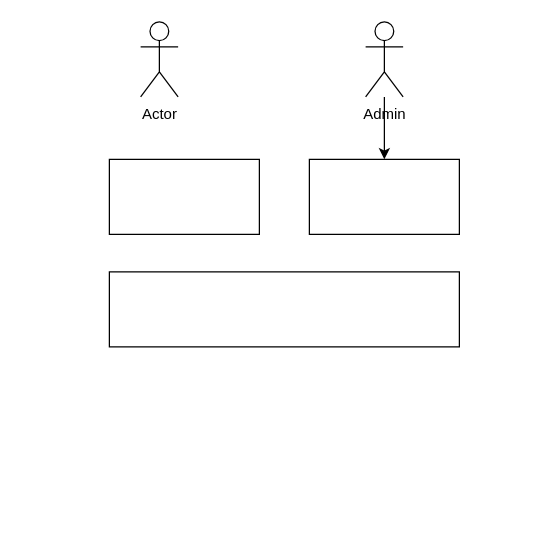
The draw.io diagram mini-erp.drawio in huangshijie/Drawio, before the edit. Source tidied: cells renumbered, new cells numbered last; positions are measured from the earlier drawing's top-left corner, leaving out a move shared by most shapes. Both pictures are drawn from the tidied source at 125%, with x=0, y=0 at pixel (109, 21).
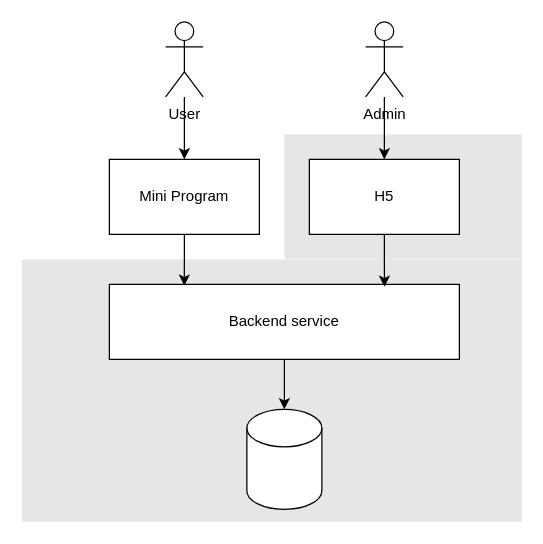
After the change.

The edit, as a diff of the source:
```diff
@@
 <mxGraphModel>
   <root>
     <mxCell id="0" />
     <mxCell id="1" parent="0" />
+    <mxCell id="8" style="rounded=0;whiteSpace=wrap;html=1;fillColor=#E6E6E6;strokeColor=none;" parent="1" vertex="1">
+      <mxGeometry x="140" y="90" width="190" height="100" as="geometry" />
+    </mxCell>
+    <mxCell id="9" style="rounded=0;whiteSpace=wrap;html=1;fillColor=#E6E6E6;strokeColor=none;" parent="1" vertex="1">
+      <mxGeometry x="-70" y="190" width="400" height="210" as="geometry" />
+    </mxCell>
+    <mxCell id="10" style="edgeStyle=orthogonalEdgeStyle;rounded=0;jettySize=auto;html=1;entryX=0.214;entryY=0.017;entryDx=0;entryDy=0;entryPerimeter=0;" parent="1" edge="1" source="2" target="3">
+      <mxGeometry relative="1" as="geometry" />
+    </mxCell>
-    <mxCell id="2" style="rounded=0;whiteSpace=wrap;html=1;" parent="1" vertex="1">
+    <mxCell id="2" value="Mini Program" style="rounded=0;whiteSpace=wrap;html=1;" parent="1" vertex="1">
       <mxGeometry y="110" width="120" height="60" as="geometry" />
     </mxCell>
+    <mxCell id="11" style="edgeStyle=orthogonalEdgeStyle;rounded=0;jettySize=auto;html=1;entryX=0.5;entryY=0;entryDx=0;entryDy=0;entryPerimeter=0;" parent="1" edge="1" source="3" target="14">
+      <mxGeometry relative="1" as="geometry" />
+    </mxCell>
-    <mxCell id="3" style="rounded=0;whiteSpace=wrap;html=1;" parent="1" vertex="1">
-      <mxGeometry y="200" width="280" height="60" as="geometry" />
+    <mxCell id="3" value="Backend service" style="rounded=0;whiteSpace=wrap;html=1;" parent="1" vertex="1">
+      <mxGeometry y="210" width="280" height="60" as="geometry" />
     </mxCell>
+    <mxCell id="12" style="edgeStyle=orthogonalEdgeStyle;rounded=0;jettySize=auto;html=1;" parent="1" edge="1" source="4" target="2">
+      <mxGeometry relative="1" as="geometry" />
+    </mxCell>
-    <mxCell id="4" value="Actor" style="shape=umlActor;verticalLabelPosition=bottom;verticalAlign=top;html=1;outlineConnect=0;" parent="1" vertex="1">
-      <mxGeometry x="25" width="30" height="60" as="geometry" />
+    <mxCell id="4" value="User" style="shape=umlActor;verticalLabelPosition=bottom;verticalAlign=top;html=1;outlineConnect=0;" parent="1" vertex="1">
+      <mxGeometry x="45" width="30" height="60" as="geometry" />
     </mxCell>
+    <mxCell id="13" style="edgeStyle=orthogonalEdgeStyle;rounded=0;jettySize=auto;html=1;entryX=0.786;entryY=0.033;entryDx=0;entryDy=0;entryPerimeter=0;" parent="1" edge="1" source="5" target="3">
+      <mxGeometry relative="1" as="geometry" />
+    </mxCell>
-    <mxCell id="5" style="rounded=0;whiteSpace=wrap;html=1;" parent="1" vertex="1">
+    <mxCell id="5" value="H5" style="rounded=0;whiteSpace=wrap;html=1;" parent="1" vertex="1">
       <mxGeometry x="160" y="110" width="120" height="60" as="geometry" />
     </mxCell>
     <mxCell id="6" style="edgeStyle=orthogonalEdgeStyle;rounded=0;jettySize=auto;html=1;" parent="1" edge="1" source="7" target="5">
       <mxGeometry relative="1" as="geometry" />
     </mxCell>
     <mxCell id="7" value="Admin" style="shape=umlActor;verticalLabelPosition=bottom;verticalAlign=top;html=1;outlineConnect=0;" parent="1" vertex="1">
       <mxGeometry x="205" width="30" height="60" as="geometry" />
     </mxCell>
+    <mxCell id="14" style="shape=cylinder3;whiteSpace=wrap;html=1;boundedLbl=1;backgroundOutline=1;size=15;" parent="1" vertex="1">
+      <mxGeometry x="110" y="310" width="60" height="80" as="geometry" />
+    </mxCell>
   </root>
 </mxGraphModel>
```
